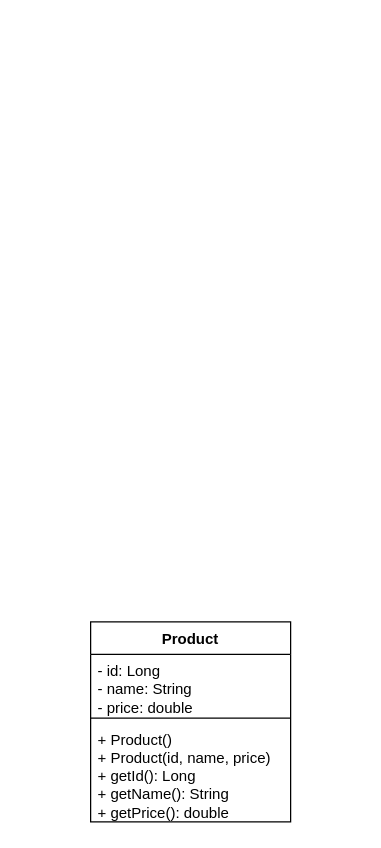
Above: tute1/products-api/docs/uml/Product.drawio in Ishara-Vithanage/OOP-Tutes (draw.io), before the change. Source tidied: cells renumbered, new cells numbered last; positions are measured from the earlier drawing's top-left corner, leaving out a move shared by most shapes. Both pictures are drawn from the tidied source at 125%, with x=0, y=0 at pixel (90, 621).
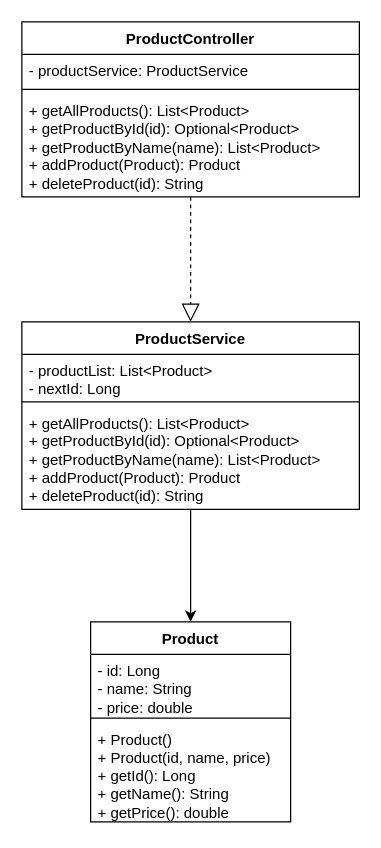
The same page after the edit.

Commit message (it also covers changes not shown here):
Tutorial 3: ProductService with List - four CRUD endpoints working

Change to the diagram source:
```diff
@@
 <mxGraphModel>
   <root>
     <mxCell id="0" />
     <mxCell id="1" parent="0" />
     <mxCell id="2" value="Product" style="swimlane;fontStyle=1;align=center;verticalAlign=top;horizontal=1;startSize=26;whiteSpace=wrap;html=1;" parent="1" vertex="1">
       <mxGeometry width="160" height="160" as="geometry" />
     </mxCell>
     <mxCell id="3" value="- id: Long&lt;div&gt;- name: String&lt;/div&gt;&lt;div&gt;- price: double&lt;/div&gt;" style="text;strokeColor=none;fillColor=none;align=left;verticalAlign=top;spacingLeft=4;spacingRight=4;overflow=hidden;whiteSpace=wrap;html=1;" parent="2" vertex="1">
       <mxGeometry y="26" width="160" height="47" as="geometry" />
     </mxCell>
     <mxCell id="4" style="line;strokeWidth=1;fillColor=none;align=left;verticalAlign=middle;spacingTop=-1;spacingLeft=3;spacingRight=3;labelPosition=right;strokeColor=inherit;" parent="2" vertex="1">
       <mxGeometry y="73" width="160" height="8" as="geometry" />
     </mxCell>
     <mxCell id="5" value="+ Product()&lt;div&gt;+ Product(id, name, price)&lt;/div&gt;&lt;div&gt;+ getId(): Long&lt;/div&gt;&lt;div&gt;+ getName(): String&lt;/div&gt;&lt;div&gt;+ getPrice(): double&lt;/div&gt;" style="text;strokeColor=none;fillColor=none;align=left;verticalAlign=top;spacingLeft=4;spacingRight=4;overflow=hidden;whiteSpace=wrap;html=1;" parent="2" vertex="1">
       <mxGeometry y="81" width="160" height="79" as="geometry" />
     </mxCell>
+    <mxCell id="6" style="edgeStyle=orthogonalEdgeStyle;rounded=0;jettySize=auto;html=1;exitX=0.5;exitY=1;exitDx=0;exitDy=0;entryX=0.5;entryY=0;entryDx=0;entryDy=0;" parent="1" edge="1" source="7" target="2">
+      <mxGeometry relative="1" as="geometry" />
+    </mxCell>
+    <mxCell id="7" value="ProductService" style="swimlane;fontStyle=1;align=center;verticalAlign=top;horizontal=1;startSize=26;whiteSpace=wrap;html=1;" parent="1" vertex="1">
+      <mxGeometry x="-55" y="-240" width="270" height="150" as="geometry" />
+    </mxCell>
+    <mxCell id="8" value="- productList: List&amp;lt;Product&amp;gt;&lt;div&gt;- nextId: Long&lt;/div&gt;" style="text;strokeColor=none;fillColor=none;align=left;verticalAlign=top;spacingLeft=4;spacingRight=4;overflow=hidden;whiteSpace=wrap;html=1;" parent="7" vertex="1">
+      <mxGeometry y="26" width="270" height="34" as="geometry" />
+    </mxCell>
+    <mxCell id="9" style="line;strokeWidth=1;fillColor=none;align=left;verticalAlign=middle;spacingTop=-1;spacingLeft=3;spacingRight=3;labelPosition=right;strokeColor=inherit;" parent="7" vertex="1">
+      <mxGeometry y="60" width="270" height="8" as="geometry" />
+    </mxCell>
+    <mxCell id="10" value="+ getAllProducts(): List&amp;lt;Product&amp;gt;&lt;div&gt;+ getProductById(id): Optional&amp;lt;Product&amp;gt;&lt;/div&gt;&lt;div&gt;+ getProductByName(name): List&amp;lt;Product&amp;gt;&lt;/div&gt;&lt;div&gt;+ addProduct(Product): Product&lt;/div&gt;&lt;div&gt;+ deleteProduct(id): String&lt;/div&gt;" style="text;strokeColor=none;fillColor=none;align=left;verticalAlign=top;spacingLeft=4;spacingRight=4;overflow=hidden;whiteSpace=wrap;html=1;" parent="7" vertex="1">
+      <mxGeometry y="68" width="270" height="82" as="geometry" />
+    </mxCell>
+    <mxCell id="11" value="ProductController" style="swimlane;fontStyle=1;align=center;verticalAlign=top;horizontal=1;startSize=26;whiteSpace=wrap;html=1;" parent="1" vertex="1">
+      <mxGeometry x="-55" y="-480" width="270" height="140" as="geometry" />
+    </mxCell>
+    <mxCell id="12" value="- productService: ProductService&amp;nbsp;" style="text;strokeColor=none;fillColor=none;align=left;verticalAlign=top;spacingLeft=4;spacingRight=4;overflow=hidden;whiteSpace=wrap;html=1;" parent="11" vertex="1">
+      <mxGeometry y="26" width="270" height="24" as="geometry" />
+    </mxCell>
+    <mxCell id="13" style="line;strokeWidth=1;fillColor=none;align=left;verticalAlign=middle;spacingTop=-1;spacingLeft=3;spacingRight=3;labelPosition=right;strokeColor=inherit;" parent="11" vertex="1">
+      <mxGeometry y="50" width="270" height="8" as="geometry" />
+    </mxCell>
+    <mxCell id="14" value="+ getAllProducts(): List&amp;lt;Product&amp;gt;&lt;div&gt;+ getProductById(id): Optional&amp;lt;Product&amp;gt;&lt;/div&gt;&lt;div&gt;+ getProductByName(name): List&amp;lt;Product&amp;gt;&lt;/div&gt;&lt;div&gt;+ addProduct(Product): Product&lt;/div&gt;&lt;div&gt;+ deleteProduct(id): String&lt;/div&gt;" style="text;strokeColor=none;fillColor=none;align=left;verticalAlign=top;spacingLeft=4;spacingRight=4;overflow=hidden;whiteSpace=wrap;html=1;" parent="11" vertex="1">
+      <mxGeometry y="58" width="270" height="82" as="geometry" />
+    </mxCell>
+    <mxCell id="15" style="endArrow=block;dashed=1;endFill=0;endSize=12;html=1;rounded=0;entryX=0.5;entryY=0;entryDx=0;entryDy=0;exitX=0.5;exitY=1;exitDx=0;exitDy=0;" parent="1" edge="1" source="11" target="7">
+      <mxGeometry relative="1" as="geometry" />
+    </mxCell>
   </root>
 </mxGraphModel>
```
